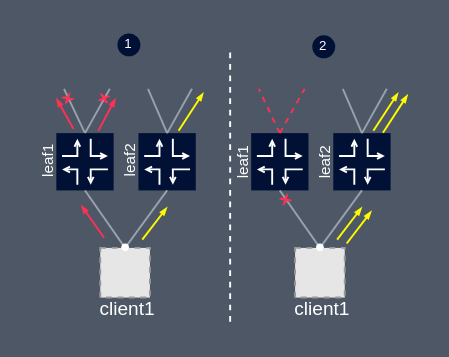
The draw.io diagram page "[3] opergroup in action" (4 of 12) of opergroup.drawio in srl-labs/learn-srlinux, before the edit. Source tidied: cells renumbered, new cells numbered last; positions are measured from the earlier drawing's top-left corner, leaving out a move shared by most shapes. Both pictures are drawn from the tidied source at 191%, with x=0, y=0 at pixel (19, 32). Pictures stored in the file or linked from it are replaced by grey dashed boxes.
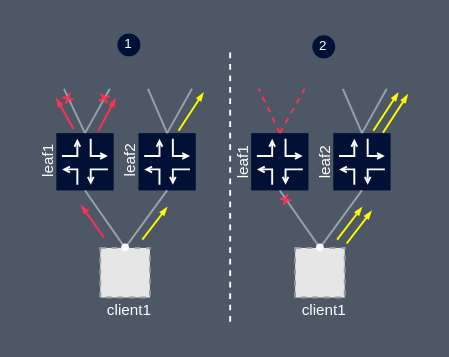
The same diagram, later.

What changed in the source:
```diff
@@
-    <mxCell id="9" value="&lt;font style=&quot;font-size: 10px&quot;&gt;client1&lt;/font&gt;" style="text;html=1;align=center;verticalAlign=middle;fontSize=10;fontFamily=Manrope;fontStyle=0;fontColor=#FFFFFF;" parent="1" vertex="1">
-      <mxGeometry x="35" y="135.4" width="41" height="17" as="geometry" />
+    <mxCell id="9" value="&lt;font style=&quot;font-size: 8px;&quot;&gt;client1&lt;/font&gt;" style="text;html=1;align=center;verticalAlign=middle;fontSize=8;fontFamily=Manrope;fontStyle=0;fontColor=#FFFFFF;" parent="1" vertex="1">
+      <mxGeometry x="39" y="137.4" width="35" height="15" as="geometry" />
     </mxCell>
@@
-    <mxCell id="39" value="&lt;font style=&quot;font-size: 10px&quot;&gt;client1&lt;/font&gt;" style="text;html=1;align=center;verticalAlign=middle;fontSize=10;fontFamily=Manrope;fontStyle=0;fontColor=#FFFFFF;" parent="1" vertex="1">
-      <mxGeometry x="137" y="135.4" width="41" height="17" as="geometry" />
+    <mxCell id="39" value="&lt;font style=&quot;font-size: 8px;&quot;&gt;client1&lt;/font&gt;" style="text;html=1;align=center;verticalAlign=middle;fontSize=8;fontFamily=Manrope;fontStyle=0;fontColor=#FFFFFF;" parent="1" vertex="1">
+      <mxGeometry x="141" y="137.4" width="35" height="15" as="geometry" />
     </mxCell>
```
